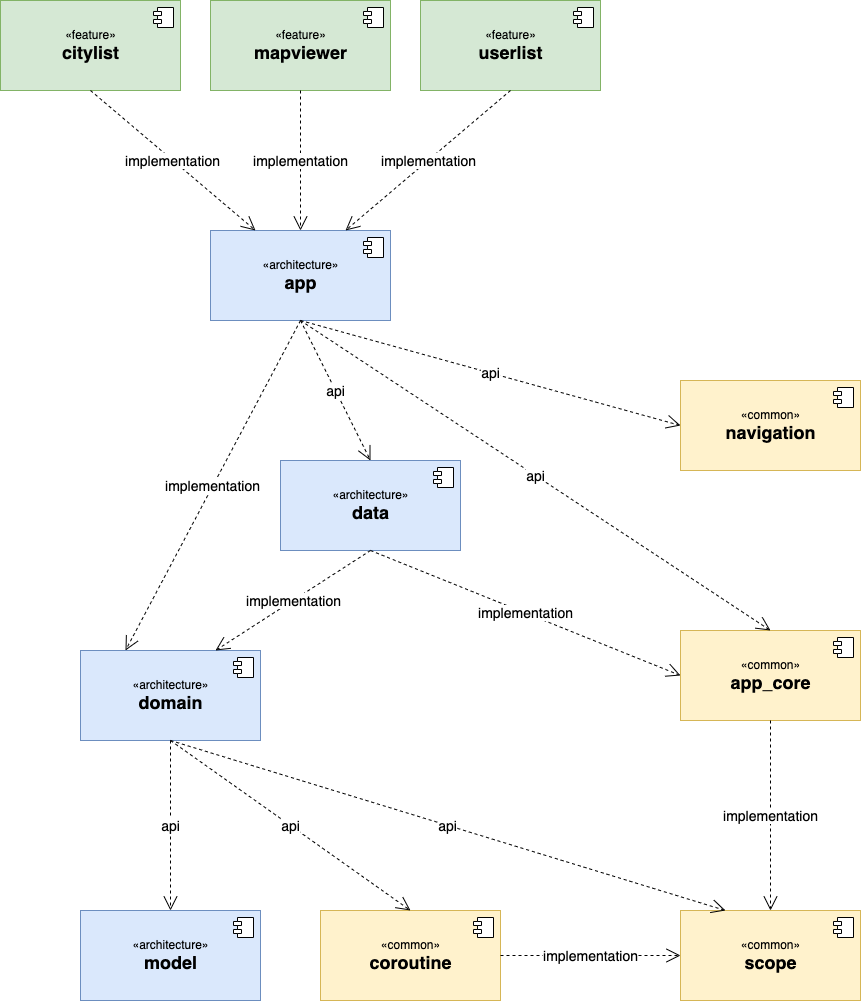
This is static/modules.png from aminography/WorldCitiesApp, a draw.io export, as it was before one commit. Source tidied: cells renumbered, new cells last; positions are measured from the earlier drawing's top-left corner, leaving out a move shared by most shapes. Its diagram source:
```xml
<mxGraphModel background="#ffffff">
  <root>
    <mxCell id="0" />
    <mxCell id="1" parent="0" />
    <mxCell id="2" value="«common»&lt;br&gt;&lt;b&gt;&lt;font style=&quot;font-size: 18px&quot;&gt;app_core&lt;/font&gt;&lt;/b&gt;" style="html=1;fillColor=#fff2cc;strokeColor=#d6b656;" parent="1" vertex="1">
      <mxGeometry x="680" y="630" width="180" height="90" as="geometry" />
    </mxCell>
    <mxCell id="3" style="shape=module;jettyWidth=8;jettyHeight=4;" parent="2" vertex="1">
      <mxGeometry x="1" width="20" height="20" relative="1" as="geometry">
        <mxPoint x="-27" y="7" as="offset" />
      </mxGeometry>
    </mxCell>
    <mxCell id="4" value="«common»&lt;br&gt;&lt;span style=&quot;font-size: 18px&quot;&gt;&lt;b&gt;scope&lt;/b&gt;&lt;/span&gt;" style="html=1;fillColor=#fff2cc;strokeColor=#d6b656;" parent="1" vertex="1">
      <mxGeometry x="680" y="910" width="180" height="90" as="geometry" />
    </mxCell>
    <mxCell id="5" style="shape=module;jettyWidth=8;jettyHeight=4;" parent="4" vertex="1">
      <mxGeometry x="1" width="20" height="20" relative="1" as="geometry">
        <mxPoint x="-27" y="7" as="offset" />
      </mxGeometry>
    </mxCell>
    <mxCell id="6" value="«common»&lt;br&gt;&lt;b&gt;&lt;font style=&quot;font-size: 18px&quot;&gt;coroutine&lt;/font&gt;&lt;/b&gt;" style="html=1;fillColor=#fff2cc;strokeColor=#d6b656;" parent="1" vertex="1">
      <mxGeometry x="320" y="910" width="180" height="90" as="geometry" />
    </mxCell>
    <mxCell id="7" style="shape=module;jettyWidth=8;jettyHeight=4;" parent="6" vertex="1">
      <mxGeometry x="1" width="20" height="20" relative="1" as="geometry">
        <mxPoint x="-27" y="7" as="offset" />
      </mxGeometry>
    </mxCell>
    <mxCell id="8" value="«architecture»&lt;br&gt;&lt;span style=&quot;font-size: 18px&quot;&gt;&lt;b&gt;model&lt;/b&gt;&lt;/span&gt;" style="html=1;fillColor=#dae8fc;strokeColor=#6c8ebf;" parent="1" vertex="1">
      <mxGeometry x="80" y="910" width="180" height="90" as="geometry" />
    </mxCell>
    <mxCell id="9" style="shape=module;jettyWidth=8;jettyHeight=4;" parent="8" vertex="1">
      <mxGeometry x="1" width="20" height="20" relative="1" as="geometry">
        <mxPoint x="-27" y="7" as="offset" />
      </mxGeometry>
    </mxCell>
    <mxCell id="10" value="&lt;font style=&quot;font-size: 14px&quot;&gt;implementation&lt;/font&gt;" style="endArrow=open;endSize=12;dashed=1;html=1;exitX=0.5;exitY=1;exitDx=0;exitDy=0;entryX=0.5;entryY=0;entryDx=0;entryDy=0;" parent="1" edge="1" source="2" target="4">
      <mxGeometry relative="1" as="geometry" />
    </mxCell>
    <mxCell id="11" value="&lt;font style=&quot;font-size: 14px&quot;&gt;implementation&lt;/font&gt;" style="endArrow=open;endSize=12;dashed=1;html=1;entryX=0;entryY=0.5;entryDx=0;entryDy=0;exitX=1;exitY=0.5;exitDx=0;exitDy=0;" parent="1" edge="1" source="6" target="4">
      <mxGeometry relative="1" as="geometry" />
    </mxCell>
    <mxCell id="12" value="«common»&lt;br&gt;&lt;span style=&quot;font-size: 18px&quot;&gt;&lt;b&gt;navigation&lt;/b&gt;&lt;/span&gt;" style="html=1;fillColor=#fff2cc;strokeColor=#d6b656;" parent="1" vertex="1">
      <mxGeometry x="680" y="380" width="180" height="90" as="geometry" />
    </mxCell>
    <mxCell id="13" style="shape=module;jettyWidth=8;jettyHeight=4;" parent="12" vertex="1">
      <mxGeometry x="1" width="20" height="20" relative="1" as="geometry">
        <mxPoint x="-27" y="7" as="offset" />
      </mxGeometry>
    </mxCell>
    <mxCell id="14" value="«architecture»&lt;br&gt;&lt;b&gt;&lt;font style=&quot;font-size: 18px&quot;&gt;domain&lt;/font&gt;&lt;/b&gt;" style="html=1;fillColor=#dae8fc;strokeColor=#6c8ebf;" parent="1" vertex="1">
      <mxGeometry x="80" y="650" width="180" height="90" as="geometry" />
    </mxCell>
    <mxCell id="15" style="shape=module;jettyWidth=8;jettyHeight=4;" parent="14" vertex="1">
      <mxGeometry x="1" width="20" height="20" relative="1" as="geometry">
        <mxPoint x="-27" y="7" as="offset" />
      </mxGeometry>
    </mxCell>
    <mxCell id="16" value="&lt;font style=&quot;font-size: 14px&quot;&gt;api&lt;/font&gt;" style="endArrow=open;endSize=12;dashed=1;html=1;exitX=0.5;exitY=1;exitDx=0;exitDy=0;entryX=0.5;entryY=0;entryDx=0;entryDy=0;" parent="1" edge="1" source="14" target="8">
      <mxGeometry relative="1" as="geometry" />
    </mxCell>
    <mxCell id="17" value="&lt;font style=&quot;font-size: 14px&quot;&gt;api&lt;/font&gt;" style="endArrow=open;endSize=12;dashed=1;html=1;exitX=0.5;exitY=1;exitDx=0;exitDy=0;entryX=0.5;entryY=0;entryDx=0;entryDy=0;" parent="1" edge="1" source="14" target="6">
      <mxGeometry relative="1" as="geometry" />
    </mxCell>
    <mxCell id="18" value="&lt;font style=&quot;font-size: 14px&quot;&gt;api&lt;/font&gt;" style="endArrow=open;endSize=12;dashed=1;html=1;exitX=0.5;exitY=1;exitDx=0;exitDy=0;entryX=0.25;entryY=0;entryDx=0;entryDy=0;" parent="1" edge="1" source="14" target="4">
      <mxGeometry relative="1" as="geometry" />
    </mxCell>
    <mxCell id="19" value="«architecture»&lt;br&gt;&lt;b&gt;&lt;font style=&quot;font-size: 18px&quot;&gt;data&lt;/font&gt;&lt;/b&gt;" style="html=1;fillColor=#dae8fc;strokeColor=#6c8ebf;" parent="1" vertex="1">
      <mxGeometry x="280" y="460" width="180" height="90" as="geometry" />
    </mxCell>
    <mxCell id="20" style="shape=module;jettyWidth=8;jettyHeight=4;" parent="19" vertex="1">
      <mxGeometry x="1" width="20" height="20" relative="1" as="geometry">
        <mxPoint x="-27" y="7" as="offset" />
      </mxGeometry>
    </mxCell>
    <mxCell id="21" value="&lt;font style=&quot;font-size: 14px&quot;&gt;implementation&lt;/font&gt;" style="endArrow=open;endSize=12;dashed=1;html=1;entryX=0;entryY=0.5;entryDx=0;entryDy=0;exitX=0.5;exitY=1;exitDx=0;exitDy=0;" parent="1" edge="1" source="19" target="2">
      <mxGeometry relative="1" as="geometry" />
    </mxCell>
    <mxCell id="22" value="&lt;font style=&quot;font-size: 14px&quot;&gt;implementation&lt;/font&gt;" style="endArrow=open;endSize=12;dashed=1;html=1;exitX=0.5;exitY=1;exitDx=0;exitDy=0;entryX=0.75;entryY=0;entryDx=0;entryDy=0;" parent="1" edge="1" source="19" target="14">
      <mxGeometry relative="1" as="geometry" />
    </mxCell>
    <mxCell id="23" value="«architecture»&lt;br&gt;&lt;b&gt;&lt;font style=&quot;font-size: 18px&quot;&gt;app&lt;/font&gt;&lt;/b&gt;" style="html=1;fillColor=#dae8fc;strokeColor=#6c8ebf;" parent="1" vertex="1">
      <mxGeometry x="210" y="230" width="180" height="90" as="geometry" />
    </mxCell>
    <mxCell id="24" style="shape=module;jettyWidth=8;jettyHeight=4;" parent="23" vertex="1">
      <mxGeometry x="1" width="20" height="20" relative="1" as="geometry">
        <mxPoint x="-27" y="7" as="offset" />
      </mxGeometry>
    </mxCell>
    <mxCell id="25" value="&lt;font style=&quot;font-size: 14px&quot;&gt;api&lt;/font&gt;" style="endArrow=open;endSize=12;dashed=1;html=1;exitX=0.5;exitY=1;exitDx=0;exitDy=0;entryX=0;entryY=0.5;entryDx=0;entryDy=0;" parent="1" edge="1" source="23" target="12">
      <mxGeometry relative="1" as="geometry" />
    </mxCell>
    <mxCell id="26" value="&lt;font style=&quot;font-size: 14px&quot;&gt;api&lt;/font&gt;" style="endArrow=open;endSize=12;dashed=1;html=1;exitX=0.5;exitY=1;exitDx=0;exitDy=0;entryX=0.5;entryY=0;entryDx=0;entryDy=0;" parent="1" edge="1" source="23" target="19">
      <mxGeometry relative="1" as="geometry" />
    </mxCell>
    <mxCell id="27" value="&lt;font style=&quot;font-size: 14px&quot;&gt;api&lt;/font&gt;" style="endArrow=open;endSize=12;dashed=1;html=1;exitX=0.5;exitY=1;exitDx=0;exitDy=0;entryX=0.5;entryY=0;entryDx=0;entryDy=0;" parent="1" edge="1" source="23" target="2">
      <mxGeometry relative="1" as="geometry" />
    </mxCell>
    <mxCell id="28" value="«feature»&lt;br&gt;&lt;b&gt;&lt;font style=&quot;font-size: 18px&quot;&gt;citylist&lt;/font&gt;&lt;/b&gt;" style="html=1;fillColor=#d5e8d4;strokeColor=#82b366;" parent="1" vertex="1">
      <mxGeometry width="180" height="90" as="geometry" />
    </mxCell>
    <mxCell id="29" style="shape=module;jettyWidth=8;jettyHeight=4;" parent="28" vertex="1">
      <mxGeometry x="1" width="20" height="20" relative="1" as="geometry">
        <mxPoint x="-27" y="7" as="offset" />
      </mxGeometry>
    </mxCell>
    <mxCell id="30" value="«feature»&lt;br&gt;&lt;b&gt;&lt;font style=&quot;font-size: 18px&quot;&gt;mapviewer&lt;/font&gt;&lt;/b&gt;" style="html=1;fillColor=#d5e8d4;strokeColor=#82b366;" parent="1" vertex="1">
      <mxGeometry x="210" width="180" height="90" as="geometry" />
    </mxCell>
    <mxCell id="31" style="shape=module;jettyWidth=8;jettyHeight=4;" parent="30" vertex="1">
      <mxGeometry x="1" width="20" height="20" relative="1" as="geometry">
        <mxPoint x="-27" y="7" as="offset" />
      </mxGeometry>
    </mxCell>
    <mxCell id="32" value="«feature»&lt;br&gt;&lt;b&gt;&lt;font style=&quot;font-size: 18px&quot;&gt;userlist&lt;/font&gt;&lt;/b&gt;" style="html=1;fillColor=#d5e8d4;strokeColor=#82b366;" parent="1" vertex="1">
      <mxGeometry x="420" width="180" height="90" as="geometry" />
    </mxCell>
    <mxCell id="33" style="shape=module;jettyWidth=8;jettyHeight=4;" parent="32" vertex="1">
      <mxGeometry x="1" width="20" height="20" relative="1" as="geometry">
        <mxPoint x="-27" y="7" as="offset" />
      </mxGeometry>
    </mxCell>
    <mxCell id="34" value="&lt;font style=&quot;font-size: 14px&quot;&gt;implementation&lt;/font&gt;" style="endArrow=open;endSize=12;dashed=1;html=1;exitX=0.5;exitY=1;exitDx=0;exitDy=0;entryX=0.25;entryY=0;entryDx=0;entryDy=0;" parent="1" edge="1" source="28" target="23">
      <mxGeometry relative="1" as="geometry" />
    </mxCell>
    <mxCell id="35" value="&lt;font style=&quot;font-size: 14px&quot;&gt;implementation&lt;/font&gt;" style="endArrow=open;endSize=12;dashed=1;html=1;exitX=0.5;exitY=1;exitDx=0;exitDy=0;entryX=0.5;entryY=0;entryDx=0;entryDy=0;" parent="1" edge="1" source="30" target="23">
      <mxGeometry relative="1" as="geometry" />
    </mxCell>
    <mxCell id="36" value="&lt;font style=&quot;font-size: 14px&quot;&gt;implementation&lt;/font&gt;" style="endArrow=open;endSize=12;dashed=1;html=1;exitX=0.5;exitY=1;exitDx=0;exitDy=0;entryX=0.75;entryY=0;entryDx=0;entryDy=0;" parent="1" edge="1" source="32" target="23">
      <mxGeometry relative="1" as="geometry" />
    </mxCell>
    <mxCell id="37" value="&lt;font style=&quot;font-size: 14px&quot;&gt;implementation&lt;/font&gt;" style="endArrow=open;endSize=12;dashed=1;html=1;entryX=0.25;entryY=0;entryDx=0;entryDy=0;exitX=0.5;exitY=1;exitDx=0;exitDy=0;" parent="1" edge="1" source="23" target="14">
      <mxGeometry relative="1" as="geometry" />
    </mxCell>
  </root>
</mxGraphModel>
```
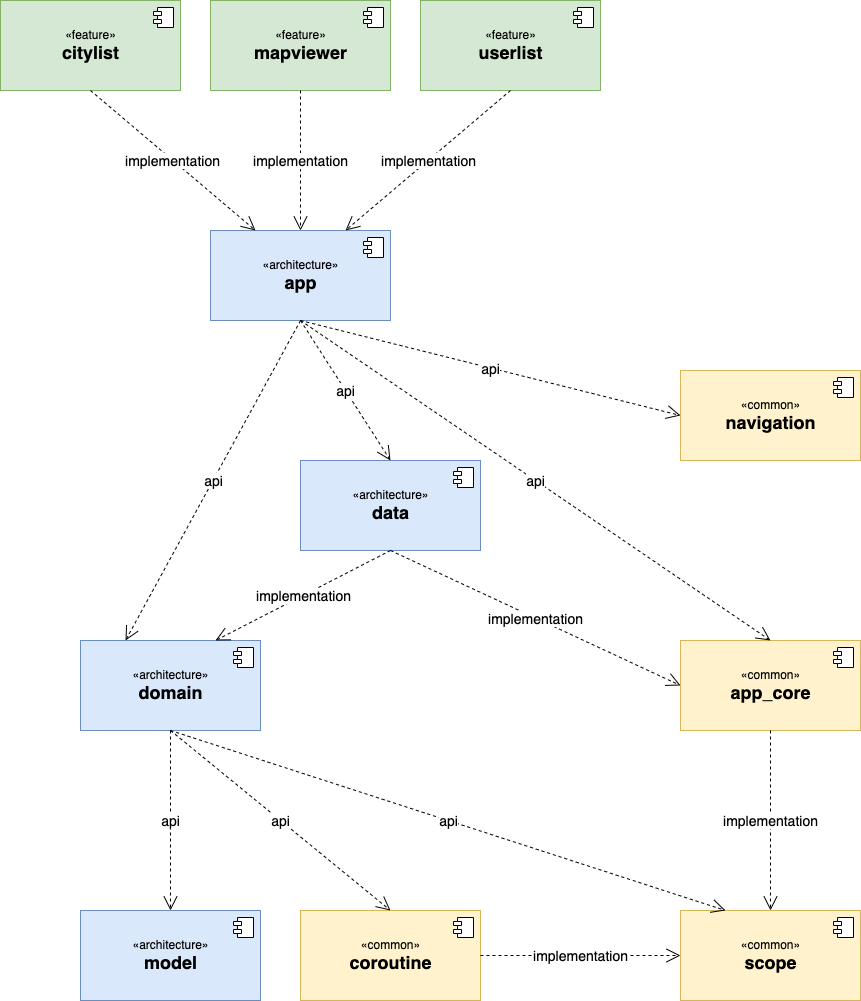
Later version of the same file.

The edit, as a diff of the source:
```diff
@@ -3,7 +3,7 @@
     <mxCell id="0" />
     <mxCell id="1" parent="0" />
     <mxCell id="2" value="«common»&lt;br&gt;&lt;b&gt;&lt;font style=&quot;font-size: 18px&quot;&gt;app_core&lt;/font&gt;&lt;/b&gt;" style="html=1;fillColor=#fff2cc;strokeColor=#d6b656;" parent="1" vertex="1">
-      <mxGeometry x="680" y="630" width="180" height="90" as="geometry" />
+      <mxGeometry x="680" y="640" width="180" height="90" as="geometry" />
     </mxCell>
     <mxCell id="3" style="shape=module;jettyWidth=8;jettyHeight=4;" parent="2" vertex="1">
       <mxGeometry x="1" width="20" height="20" relative="1" as="geometry">
@@ -19,7 +19,7 @@
       </mxGeometry>
     </mxCell>
     <mxCell id="6" value="«common»&lt;br&gt;&lt;b&gt;&lt;font style=&quot;font-size: 18px&quot;&gt;coroutine&lt;/font&gt;&lt;/b&gt;" style="html=1;fillColor=#fff2cc;strokeColor=#d6b656;" parent="1" vertex="1">
-      <mxGeometry x="320" y="910" width="180" height="90" as="geometry" />
+      <mxGeometry x="300" y="910" width="180" height="90" as="geometry" />
     </mxCell>
     <mxCell id="7" style="shape=module;jettyWidth=8;jettyHeight=4;" parent="6" vertex="1">
       <mxGeometry x="1" width="20" height="20" relative="1" as="geometry">
@@ -41,7 +41,7 @@
       <mxGeometry relative="1" as="geometry" />
     </mxCell>
     <mxCell id="12" value="«common»&lt;br&gt;&lt;span style=&quot;font-size: 18px&quot;&gt;&lt;b&gt;navigation&lt;/b&gt;&lt;/span&gt;" style="html=1;fillColor=#fff2cc;strokeColor=#d6b656;" parent="1" vertex="1">
-      <mxGeometry x="680" y="380" width="180" height="90" as="geometry" />
+      <mxGeometry x="680" y="370" width="180" height="90" as="geometry" />
     </mxCell>
     <mxCell id="13" style="shape=module;jettyWidth=8;jettyHeight=4;" parent="12" vertex="1">
       <mxGeometry x="1" width="20" height="20" relative="1" as="geometry">
@@ -49,7 +49,7 @@
       </mxGeometry>
     </mxCell>
     <mxCell id="14" value="«architecture»&lt;br&gt;&lt;b&gt;&lt;font style=&quot;font-size: 18px&quot;&gt;domain&lt;/font&gt;&lt;/b&gt;" style="html=1;fillColor=#dae8fc;strokeColor=#6c8ebf;" parent="1" vertex="1">
-      <mxGeometry x="80" y="650" width="180" height="90" as="geometry" />
+      <mxGeometry x="80" y="640" width="180" height="90" as="geometry" />
     </mxCell>
     <mxCell id="15" style="shape=module;jettyWidth=8;jettyHeight=4;" parent="14" vertex="1">
       <mxGeometry x="1" width="20" height="20" relative="1" as="geometry">
@@ -66,7 +66,7 @@
       <mxGeometry relative="1" as="geometry" />
     </mxCell>
     <mxCell id="19" value="«architecture»&lt;br&gt;&lt;b&gt;&lt;font style=&quot;font-size: 18px&quot;&gt;data&lt;/font&gt;&lt;/b&gt;" style="html=1;fillColor=#dae8fc;strokeColor=#6c8ebf;" parent="1" vertex="1">
-      <mxGeometry x="280" y="460" width="180" height="90" as="geometry" />
+      <mxGeometry x="300" y="460" width="180" height="90" as="geometry" />
     </mxCell>
     <mxCell id="20" style="shape=module;jettyWidth=8;jettyHeight=4;" parent="19" vertex="1">
       <mxGeometry x="1" width="20" height="20" relative="1" as="geometry">
@@ -129,7 +129,7 @@
     <mxCell id="36" value="&lt;font style=&quot;font-size: 14px&quot;&gt;implementation&lt;/font&gt;" style="endArrow=open;endSize=12;dashed=1;html=1;exitX=0.5;exitY=1;exitDx=0;exitDy=0;entryX=0.75;entryY=0;entryDx=0;entryDy=0;" parent="1" edge="1" source="32" target="23">
       <mxGeometry relative="1" as="geometry" />
     </mxCell>
-    <mxCell id="37" value="&lt;font style=&quot;font-size: 14px&quot;&gt;implementation&lt;/font&gt;" style="endArrow=open;endSize=12;dashed=1;html=1;entryX=0.25;entryY=0;entryDx=0;entryDy=0;exitX=0.5;exitY=1;exitDx=0;exitDy=0;" parent="1" edge="1" source="23" target="14">
+    <mxCell id="37" value="&lt;font style=&quot;font-size: 14px&quot;&gt;api&lt;/font&gt;" style="endArrow=open;endSize=12;dashed=1;html=1;entryX=0.25;entryY=0;entryDx=0;entryDy=0;exitX=0.5;exitY=1;exitDx=0;exitDy=0;" parent="1" edge="1" source="23" target="14">
       <mxGeometry relative="1" as="geometry" />
     </mxCell>
   </root>
```
